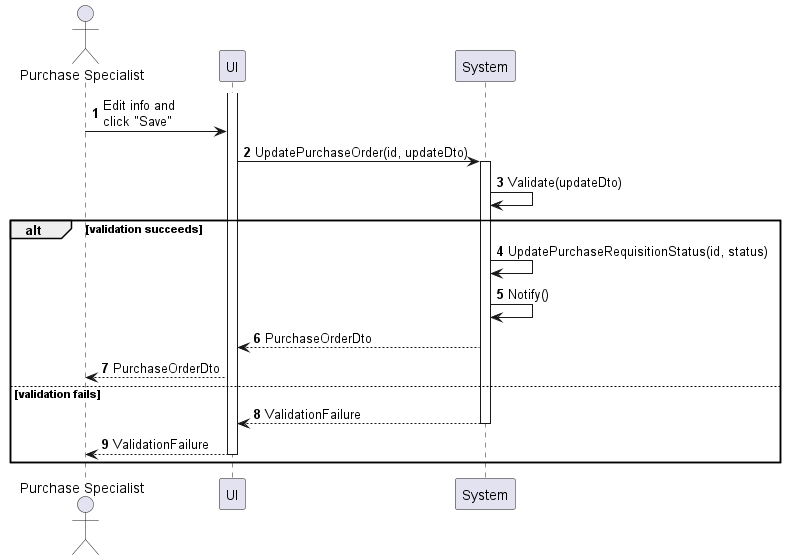
Above: sequences/purchase-order-update.png in phihungha/scmss-reqs (PlantUML), before the change.
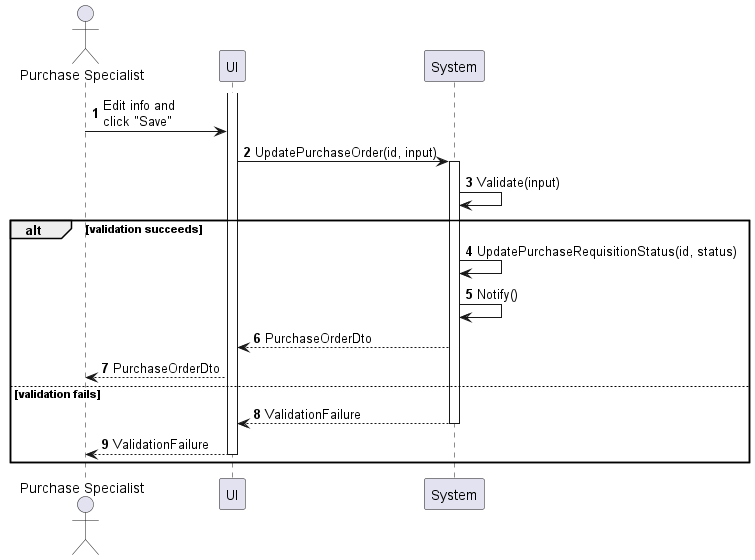
Above is the later version.

Change to the diagram source:
```diff
@@ -7,9 +7,9 @@
 
 activate f
 a -> f : Edit info and\nclick "Save"
-f -> b : UpdatePurchaseOrder(id, updateDto)
+f -> b : UpdatePurchaseOrder(id, input)
 activate b
-b -> b : Validate(updateDto)
+b -> b : Validate(input)
 
 alt validation succeeds
     b -> b : UpdatePurchaseRequisitionStatus(id, status)
```
